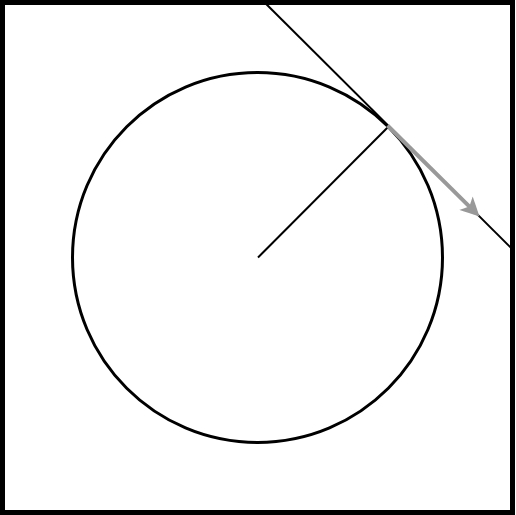
The draw.io diagram img/methodology_stereoCamera_distortion_tangentialDistortion.png in idahoenigmann/LMLM-Doc, before a commit. Source tidied: cells renumbered, new cells last; positions are measured from the earlier drawing's top-left corner, leaving out a move shared by most shapes.
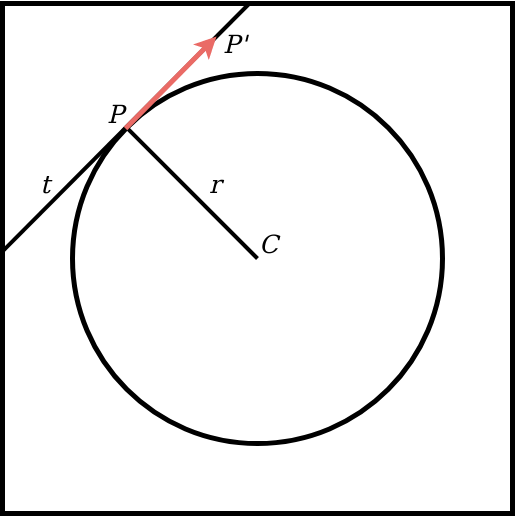
The same file after the commit.

Commit message:
work on section methodology/stereoCamera/distortion

The edit, as a diff of the source:
```diff
@@ -2,25 +2,43 @@
   <root>
     <mxCell id="0" />
     <mxCell id="1" parent="0" />
+    <mxCell id="7" style="group;rotation=-90;" parent="1" vertex="1">
+      <mxGeometry width="510" height="510" as="geometry" />
+    </mxCell>
-    <mxCell id="2" style="whiteSpace=wrap;html=1;strokeWidth=5;fillColor=none;" parent="1" vertex="1">
+    <mxCell id="2" style="whiteSpace=wrap;html=1;strokeWidth=5;fillColor=none;rotation=-90;" parent="7" vertex="1">
       <mxGeometry width="510" height="510" as="geometry" />
     </mxCell>
-    <mxCell id="3" style="ellipse;whiteSpace=wrap;html=1;strokeWidth=3;fillColor=none;" parent="1" vertex="1">
+    <mxCell id="3" style="ellipse;whiteSpace=wrap;html=1;strokeWidth=5;fillColor=none;rotation=-90;" parent="7" vertex="1">
       <mxGeometry x="70" y="70" width="370" height="370" as="geometry" />
     </mxCell>
-    <mxCell id="4" style="endArrow=none;html=1;strokeColor=#000000;strokeWidth=2;entryX=1;entryY=0;entryDx=0;entryDy=0;" parent="1" edge="1" target="3">
+    <mxCell id="4" style="endArrow=none;html=1;strokeColor=#000000;strokeWidth=4;entryX=1;entryY=0;entryDx=0;entryDy=0;" parent="7" edge="1" target="3">
       <mxGeometry relative="1" as="geometry">
-        <mxPoint x="255.5" y="255" as="sourcePoint" />
+        <mxPoint x="255" y="255" as="sourcePoint" />
       </mxGeometry>
     </mxCell>
-    <mxCell id="5" style="endArrow=none;html=1;strokeColor=#000000;strokeWidth=2;exitX=0.514;exitY=0;exitDx=0;exitDy=0;entryX=1.002;entryY=0.486;entryDx=0;entryDy=0;entryPerimeter=0;exitPerimeter=0;" parent="1" edge="1" source="2" target="2">
+    <mxCell id="5" style="endArrow=none;html=1;strokeColor=#000000;strokeWidth=4;exitX=0.514;exitY=0;exitDx=0;exitDy=0;entryX=1.002;entryY=0.486;entryDx=0;entryDy=0;entryPerimeter=0;exitPerimeter=0;" parent="7" edge="1" source="2" target="2">
       <mxGeometry relative="1" as="geometry" />
     </mxCell>
-    <mxCell id="6" style="endArrow=classic;html=1;strokeColor=#999999;strokeWidth=4;" parent="1" edge="1">
+    <mxCell id="6" style="endArrow=classic;html=1;strokeColor=#EA6B66;strokeWidth=5;" parent="7" edge="1">
       <mxGeometry relative="1" as="geometry">
-        <mxPoint x="385" y="123" as="sourcePoint" />
-        <mxPoint x="477" y="214" as="targetPoint" />
+        <mxPoint x="123" y="125" as="sourcePoint" />
+        <mxPoint x="214" y="33" as="targetPoint" />
       </mxGeometry>
     </mxCell>
+    <mxCell id="8" value="&lt;i&gt;&lt;font style=&quot;font-size: 25px&quot; face=&quot;Verdana&quot;&gt;P&lt;/font&gt;&lt;/i&gt;" style="text;html=1;strokeColor=none;fillColor=none;align=center;verticalAlign=middle;whiteSpace=wrap;rounded=0;" parent="7" vertex="1">
+      <mxGeometry x="102" y="100" width="20" height="20" as="geometry" />
+    </mxCell>
+    <mxCell id="9" value="&lt;i&gt;&lt;font style=&quot;font-size: 25px&quot; face=&quot;Verdana&quot;&gt;t&lt;/font&gt;&lt;/i&gt;" style="text;html=1;strokeColor=none;fillColor=none;align=center;verticalAlign=middle;whiteSpace=wrap;rounded=0;" parent="7" vertex="1">
+      <mxGeometry x="32" y="170" width="20" height="20" as="geometry" />
+    </mxCell>
+    <mxCell id="10" value="&lt;i&gt;&lt;font style=&quot;font-size: 25px&quot; face=&quot;Verdana&quot;&gt;&lt;font style=&quot;font-size: 25px&quot;&gt;P&lt;/font&gt;'&lt;/font&gt;&lt;/i&gt;" style="text;html=1;strokeColor=none;fillColor=none;align=center;verticalAlign=middle;whiteSpace=wrap;rounded=0;" parent="7" vertex="1">
+      <mxGeometry x="222" y="30" width="20" height="20" as="geometry" />
+    </mxCell>
+    <mxCell id="11" value="&lt;i&gt;&lt;font style=&quot;font-size: 25px&quot; face=&quot;Verdana&quot;&gt;C&lt;/font&gt;&lt;/i&gt;" style="text;html=1;strokeColor=none;fillColor=none;align=center;verticalAlign=middle;whiteSpace=wrap;rounded=0;" parent="7" vertex="1">
+      <mxGeometry x="255.5" y="230" width="20" height="20" as="geometry" />
+    </mxCell>
+    <mxCell id="12" value="&lt;font face=&quot;Verdana&quot;&gt;&lt;i&gt;&lt;font style=&quot;font-size: 25px&quot;&gt;r&lt;/font&gt;&lt;/i&gt;&lt;/font&gt;" style="text;html=1;strokeColor=none;fillColor=none;align=center;verticalAlign=middle;whiteSpace=wrap;rounded=0;" parent="7" vertex="1">
+      <mxGeometry x="202" y="170" width="20" height="20" as="geometry" />
+    </mxCell>
   </root>
 </mxGraphModel>
```
